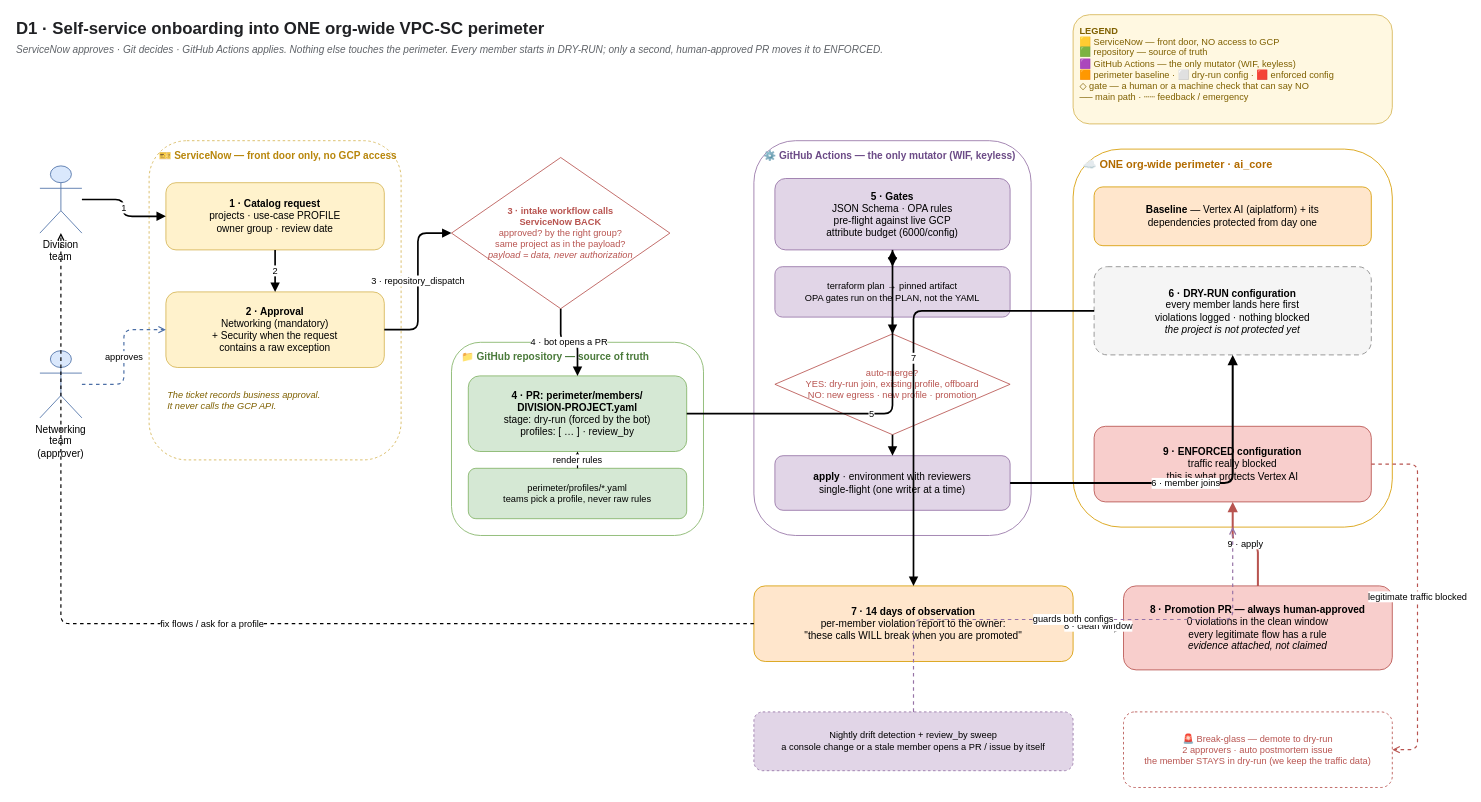
Earlier version of the draw.io diagram docs/diagrams/D1-onboarding-flow.drawio (CptDolphin/gcp-vpc-sc). Source tidied: cells renumbered, new cells numbered last; positions are measured from the earlier drawing's top-left corner, leaving out a move shared by most shapes. Both pictures are drawn from the tidied source at 84%, with x=0, y=0 at pixel (14, 14).
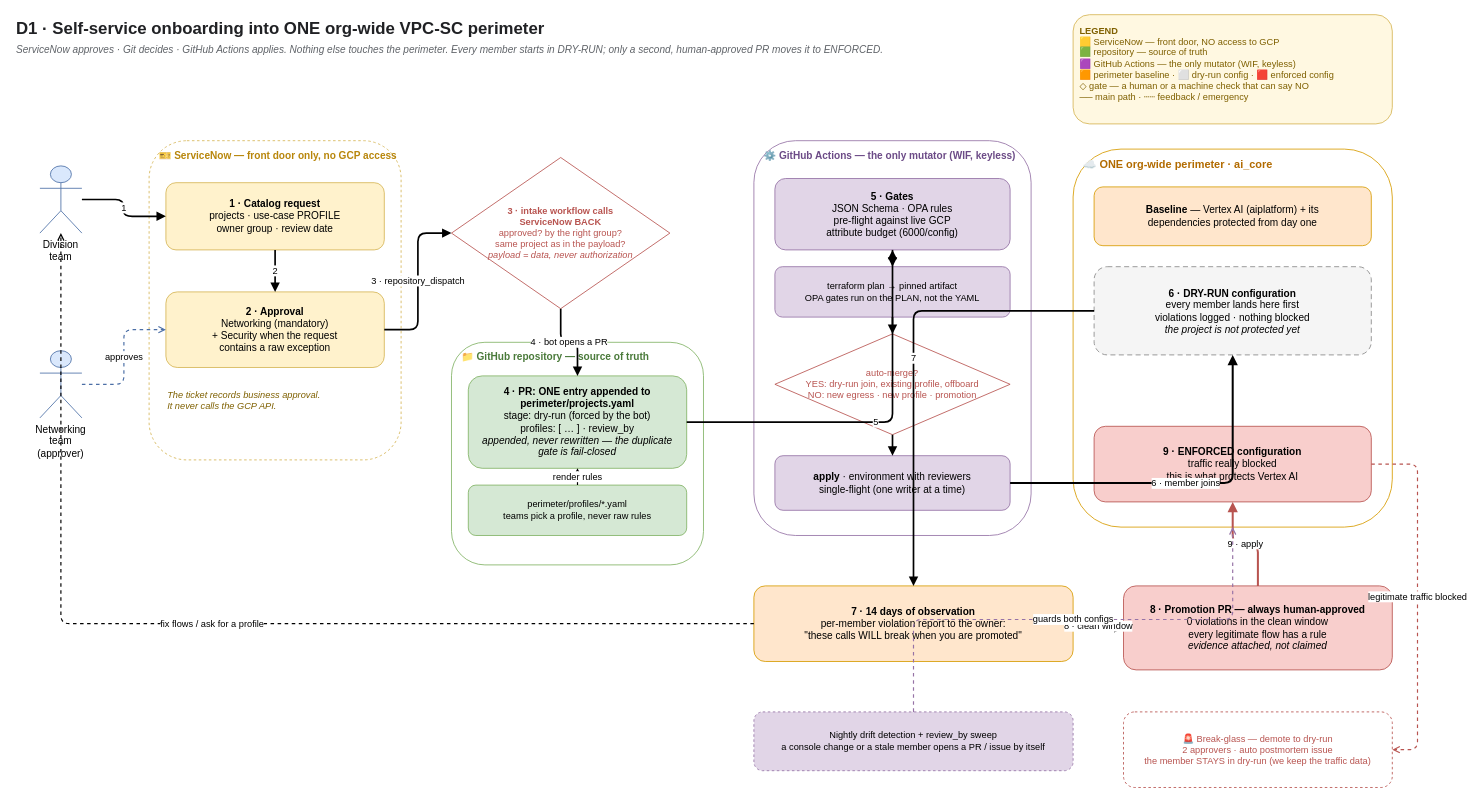
The same diagram, later.

The edit, as a diff of the source:
```diff
@@
     <mxCell id="12" value="📁 GitHub repository — source of truth" style="rounded=1;whiteSpace=wrap;html=1;fillColor=none;strokeColor=#82B366;verticalAlign=top;align=left;spacingLeft=10;fontStyle=1;fontSize=12;fontColor=#4A7A3A;spacingTop=4;" parent="1" vertex="1">
-      <mxGeometry x="520" y="390" width="300" height="230" as="geometry" />
+      <mxGeometry x="520" y="390" width="300" height="265" as="geometry" />
     </mxCell>
-    <mxCell id="13" value="&lt;b&gt;4 · PR: perimeter/members/&lt;br&gt;DIVISION-PROJECT.yaml&lt;/b&gt;&lt;br&gt;stage: dry-run (forced by the bot)&lt;br&gt;profiles: [ … ] · review_by" style="rounded=1;whiteSpace=wrap;html=1;fillColor=#D5E8D4;strokeColor=#82B366;fontSize=12;spacing=6;" parent="12" vertex="1">
-      <mxGeometry x="20" y="40" width="260" height="90" as="geometry" />
+    <mxCell id="13" value="&lt;b&gt;4 · PR: ONE entry appended to&lt;br&gt;perimeter/projects.yaml&lt;/b&gt;&lt;br&gt;stage: dry-run (forced by the bot)&lt;br&gt;profiles: [ … ] · review_by&lt;br&gt;&lt;i&gt;appended, never rewritten — the duplicate gate is fail-closed&lt;/i&gt;" style="rounded=1;whiteSpace=wrap;html=1;fillColor=#D5E8D4;strokeColor=#82B366;fontSize=12;spacing=6;" parent="12" vertex="1">
+      <mxGeometry x="20" y="40" width="260" height="110" as="geometry" />
     </mxCell>
     <mxCell id="14" value="perimeter/profiles/*.yaml&#10;teams pick a profile, never raw rules" style="rounded=1;whiteSpace=wrap;html=1;fillColor=#D5E8D4;strokeColor=#82B366;fontSize=11;spacing=6;" parent="12" vertex="1">
-      <mxGeometry x="20" y="150" width="260" height="60" as="geometry" />
+      <mxGeometry x="20" y="170" width="260" height="60" as="geometry" />
     </mxCell>
```
